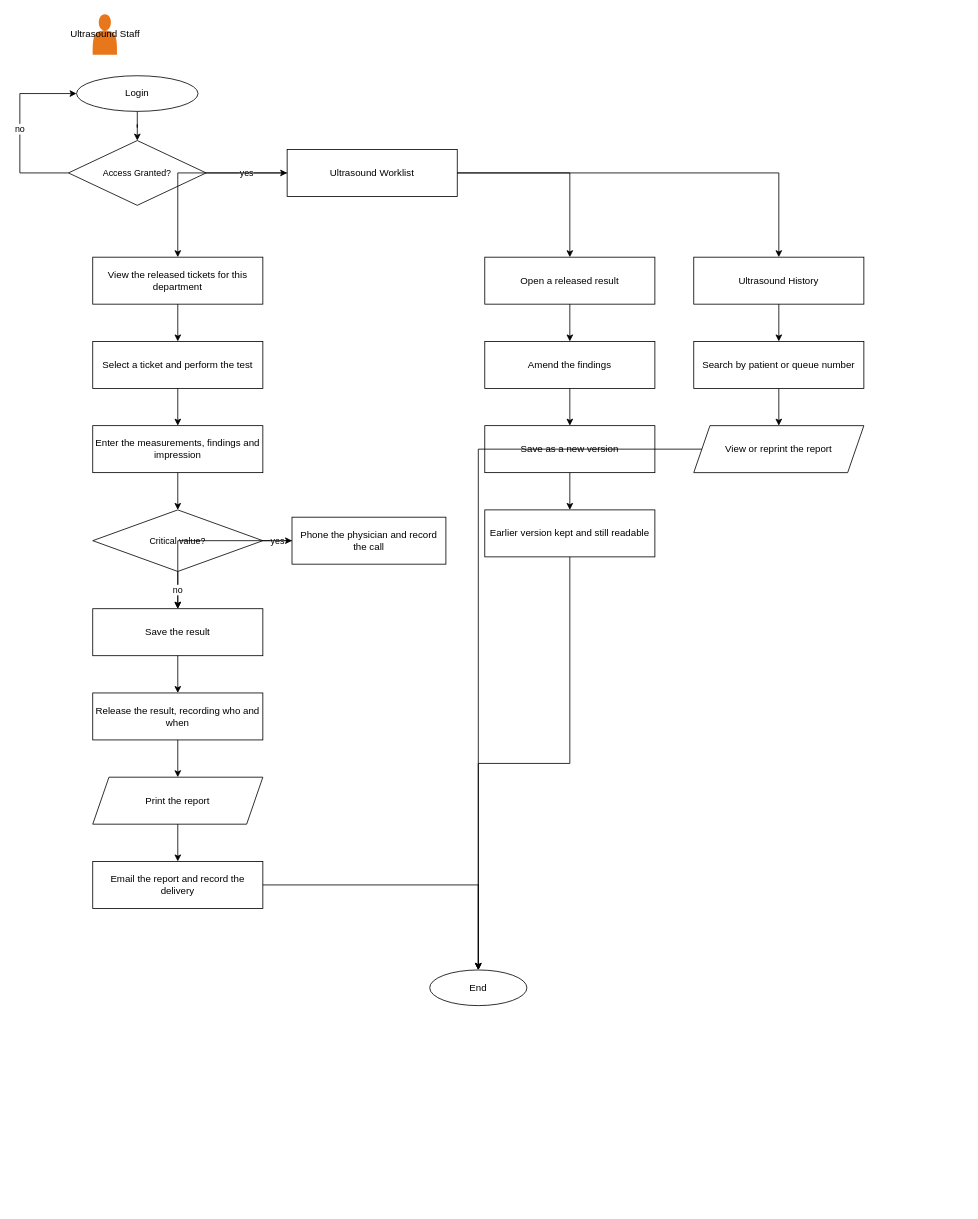
steven23lz/Enlogada-Clinic-Management-System keeps this draw.io diagram as page "Ultrasound" (6 of 8) of docs/diagrams/flowcharts.drawio. Above is the earlier version. Source tidied: cells renumbered, new cells numbered last; positions are measured from the earlier drawing's top-left corner, leaving out a move shared by most shapes. Both pictures are drawn from the tidied source at 81%, with x=0, y=0 at pixel (19, 14).
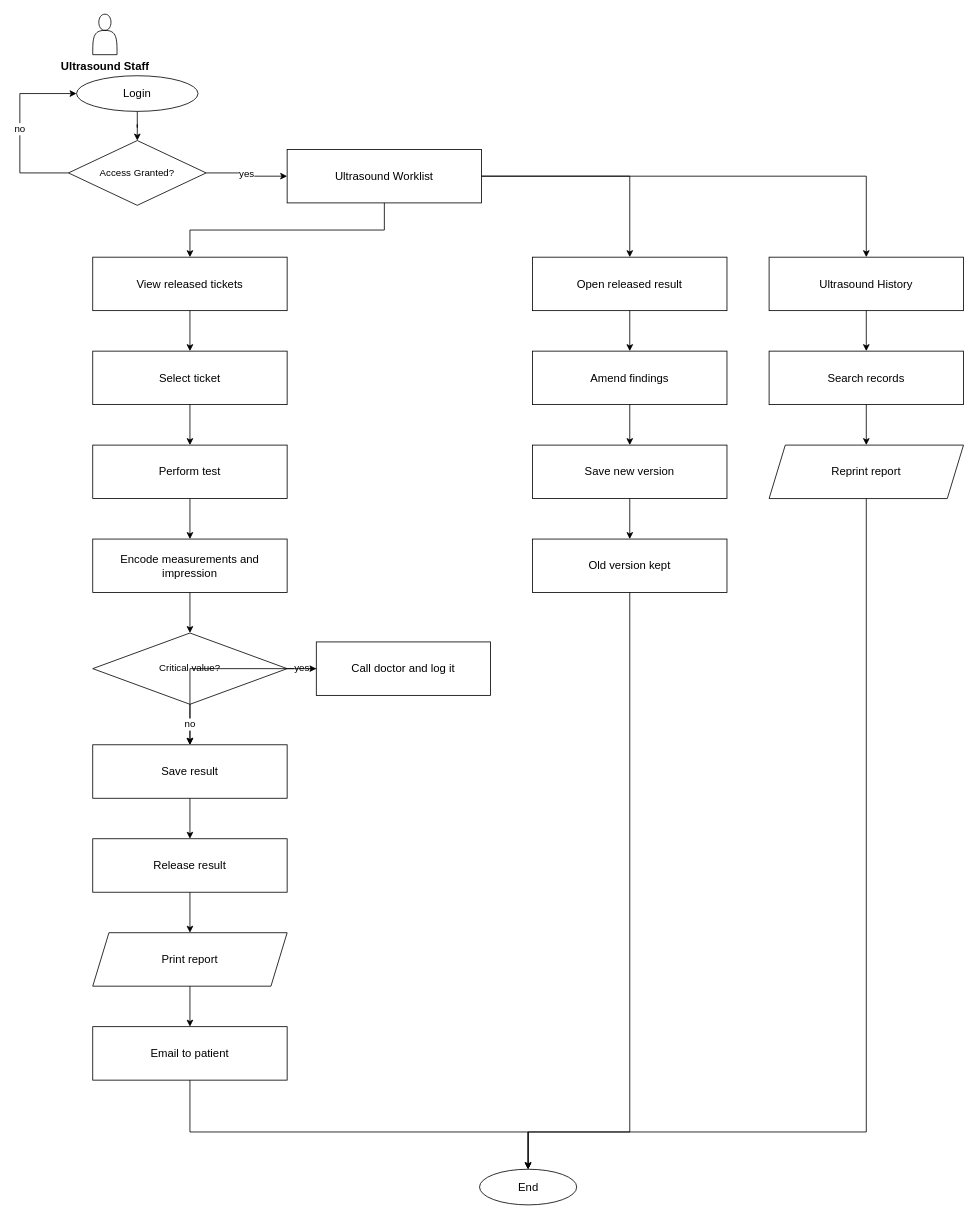
After the change.

Change to the diagram source:
```diff
@@
-    <mxCell id="2" value="Ultrasound Staff" style="shape=actor;fillColor=#E8761A;strokeColor=none;html=1;" parent="1" vertex="1">
+    <mxCell id="2" value="Ultrasound Staff" style="shape=actor;fillColor=none;strokeColor=#000000;html=1;verticalLabelPosition=bottom;verticalAlign=top;fontFamily=Helvetica;fontSize=14;fontColor=#000000;fontStyle=1;" parent="1" vertex="1">
       <mxGeometry x="90" width="30" height="50" as="geometry" />
     </mxCell>
-    <mxCell id="3" value="Login" style="ellipse;whiteSpace=wrap;html=1;fontFamily=Helvetica;fontSize=12;" parent="1" vertex="1">
+    <mxCell id="3" value="Login" style="ellipse;whiteSpace=wrap;html=1;fontFamily=Helvetica;fontSize=14;fontColor=#000000;strokeColor=#000000;" parent="1" vertex="1">
       <mxGeometry x="70" y="76" width="150" height="44" as="geometry" />
     </mxCell>
-    <mxCell id="4" value="Access Granted?" style="rhombus;whiteSpace=wrap;html=1;fontFamily=Helvetica;fontSize=11;" parent="1" vertex="1">
+    <mxCell id="4" value="Access Granted?" style="rhombus;whiteSpace=wrap;html=1;fontFamily=Helvetica;fontSize=12;fontColor=#000000;strokeColor=#000000;" parent="1" vertex="1">
       <mxGeometry x="60" y="156" width="170" height="80" as="geometry" />
     </mxCell>
-    <mxCell id="5" value="Ultrasound Worklist" style="rounded=0;whiteSpace=wrap;html=1;fontFamily=Helvetica;fontSize=12;" parent="1" vertex="1">
-      <mxGeometry x="330" y="167" width="210" height="58" as="geometry" />
+    <mxCell id="5" value="Ultrasound Worklist" style="rounded=0;whiteSpace=wrap;html=1;fontFamily=Helvetica;fontSize=14;fontColor=#000000;strokeColor=#000000;" parent="1" vertex="1">
+      <mxGeometry x="330" y="167" width="240" height="66" as="geometry" />
     </mxCell>
-    <mxCell id="6" style="edgeStyle=orthogonalEdgeStyle;rounded=0;html=1;jettySize=auto;fontFamily=Helvetica;fontSize=11;" parent="1" edge="1" source="3" target="4">
+    <mxCell id="6" style="edgeStyle=orthogonalEdgeStyle;rounded=0;html=1;jettySize=auto;fontFamily=Helvetica;fontSize=12;fontColor=#000000;strokeColor=#000000;" parent="1" edge="1" source="3" target="4">
       <mxGeometry relative="1" as="geometry" />
     </mxCell>
-    <mxCell id="7" value="yes" style="edgeStyle=orthogonalEdgeStyle;rounded=0;html=1;jettySize=auto;fontFamily=Helvetica;fontSize=11;" parent="1" edge="1" source="4" target="5">
+    <mxCell id="7" value="yes" style="edgeStyle=orthogonalEdgeStyle;rounded=0;html=1;jettySize=auto;fontFamily=Helvetica;fontSize=12;fontColor=#000000;strokeColor=#000000;" parent="1" edge="1" source="4" target="5">
       <mxGeometry relative="1" as="geometry" />
     </mxCell>
-    <mxCell id="8" value="no" style="edgeStyle=orthogonalEdgeStyle;rounded=0;html=1;jettySize=auto;fontFamily=Helvetica;fontSize=11;" parent="1" edge="1" source="4" target="3">
+    <mxCell id="8" value="no" style="edgeStyle=orthogonalEdgeStyle;rounded=0;html=1;jettySize=auto;fontFamily=Helvetica;fontSize=12;fontColor=#000000;strokeColor=#000000;" parent="1" edge="1" source="4" target="3">
       <mxGeometry relative="1" as="geometry">
         <Array as="points">
           <mxPoint y="196" />
           <mxPoint y="98" />
         </Array>
       </mxGeometry>
     </mxCell>
-    <mxCell id="9" value="View the released tickets for this department" style="rounded=0;whiteSpace=wrap;html=1;fontFamily=Helvetica;fontSize=12;" parent="1" vertex="1">
-      <mxGeometry x="90" y="300" width="210" height="58" as="geometry" />
+    <mxCell id="9" value="View released tickets" style="rounded=0;whiteSpace=wrap;html=1;fontFamily=Helvetica;fontSize=14;fontColor=#000000;strokeColor=#000000;" parent="1" vertex="1">
+      <mxGeometry x="90" y="300" width="240" height="66" as="geometry" />
     </mxCell>
-    <mxCell id="10" value="Select a ticket and perform the test" style="rounded=0;whiteSpace=wrap;html=1;fontFamily=Helvetica;fontSize=12;" parent="1" vertex="1">
-      <mxGeometry x="90" y="404" width="210" height="58" as="geometry" />
+    <mxCell id="10" value="Select ticket" style="rounded=0;whiteSpace=wrap;html=1;fontFamily=Helvetica;fontSize=14;fontColor=#000000;strokeColor=#000000;" parent="1" vertex="1">
+      <mxGeometry x="90" y="416" width="240" height="66" as="geometry" />
     </mxCell>
-    <mxCell id="11" value="Enter the measurements, findings and impression" style="rounded=0;whiteSpace=wrap;html=1;fontFamily=Helvetica;fontSize=12;" parent="1" vertex="1">
-      <mxGeometry x="90" y="508" width="210" height="58" as="geometry" />
+    <mxCell id="11" value="Perform test" style="rounded=0;whiteSpace=wrap;html=1;fontFamily=Helvetica;fontSize=14;fontColor=#000000;strokeColor=#000000;" parent="1" vertex="1">
+      <mxGeometry x="90" y="532" width="240" height="66" as="geometry" />
     </mxCell>
-    <mxCell id="12" value="Critical value?" style="rhombus;whiteSpace=wrap;html=1;fontFamily=Helvetica;fontSize=11;" parent="1" vertex="1">
-      <mxGeometry x="90" y="612" width="210" height="76" as="geometry" />
+    <mxCell id="12" value="Encode measurements and impression" style="rounded=0;whiteSpace=wrap;html=1;fontFamily=Helvetica;fontSize=14;fontColor=#000000;strokeColor=#000000;" parent="1" vertex="1">
+      <mxGeometry x="90" y="648" width="240" height="66" as="geometry" />
     </mxCell>
-    <mxCell id="13" value="Save the result" style="rounded=0;whiteSpace=wrap;html=1;fontFamily=Helvetica;fontSize=12;" parent="1" vertex="1">
-      <mxGeometry x="90" y="734" width="210" height="58" as="geometry" />
+    <mxCell id="13" value="Critical value?" style="rhombus;whiteSpace=wrap;html=1;fontFamily=Helvetica;fontSize=12;fontColor=#000000;strokeColor=#000000;" parent="1" vertex="1">
+      <mxGeometry x="90" y="764" width="240" height="88" as="geometry" />
     </mxCell>
-    <mxCell id="14" value="Release the result, recording who and when" style="rounded=0;whiteSpace=wrap;html=1;fontFamily=Helvetica;fontSize=12;" parent="1" vertex="1">
-      <mxGeometry x="90" y="838" width="210" height="58" as="geometry" />
+    <mxCell id="14" value="Save result" style="rounded=0;whiteSpace=wrap;html=1;fontFamily=Helvetica;fontSize=14;fontColor=#000000;strokeColor=#000000;" parent="1" vertex="1">
+      <mxGeometry x="90" y="902" width="240" height="66" as="geometry" />
     </mxCell>
-    <mxCell id="15" value="Print the report" style="shape=parallelogram;perimeter=parallelogramPerimeter;whiteSpace=wrap;html=1;fixedSize=1;fontFamily=Helvetica;fontSize=12;" parent="1" vertex="1">
-      <mxGeometry x="90" y="942" width="210" height="58" as="geometry" />
+    <mxCell id="15" value="Release result" style="rounded=0;whiteSpace=wrap;html=1;fontFamily=Helvetica;fontSize=14;fontColor=#000000;strokeColor=#000000;" parent="1" vertex="1">
+      <mxGeometry x="90" y="1018" width="240" height="66" as="geometry" />
     </mxCell>
-    <mxCell id="16" value="Email the report and record the delivery" style="rounded=0;whiteSpace=wrap;html=1;fontFamily=Helvetica;fontSize=12;" parent="1" vertex="1">
-      <mxGeometry x="90" y="1046" width="210" height="58" as="geometry" />
+    <mxCell id="16" value="Print report" style="shape=parallelogram;perimeter=parallelogramPerimeter;whiteSpace=wrap;html=1;fixedSize=1;fontFamily=Helvetica;fontSize=14;fontColor=#000000;strokeColor=#000000;" parent="1" vertex="1">
+      <mxGeometry x="90" y="1134" width="240" height="66" as="geometry" />
     </mxCell>
-    <mxCell id="17" style="edgeStyle=orthogonalEdgeStyle;rounded=0;html=1;jettySize=auto;fontFamily=Helvetica;fontSize=11;" parent="1" edge="1" source="5" target="9">
-      <mxGeometry relative="1" as="geometry" />
-    </mxCell>
+    <mxCell id="46" value="Email to patient" style="rounded=0;whiteSpace=wrap;html=1;fontFamily=Helvetica;fontSize=14;fontColor=#000000;strokeColor=#000000;" parent="1" vertex="1">
+      <mxGeometry x="90" y="1250" width="240" height="66" as="geometry" />
+    </mxCell>
-    <mxCell id="18" style="edgeStyle=orthogonalEdgeStyle;rounded=0;html=1;jettySize=auto;fontFamily=Helvetica;fontSize=11;" parent="1" edge="1" source="9" target="10">
+    <mxCell id="18" style="edgeStyle=orthogonalEdgeStyle;rounded=0;html=1;jettySize=auto;fontFamily=Helvetica;fontSize=12;fontColor=#000000;strokeColor=#000000;" parent="1" edge="1" source="5" target="9">
       <mxGeometry relative="1" as="geometry" />
     </mxCell>
-    <mxCell id="19" style="edgeStyle=orthogonalEdgeStyle;rounded=0;html=1;jettySize=auto;fontFamily=Helvetica;fontSize=11;" parent="1" edge="1" source="10" target="11">
+    <mxCell id="19" style="edgeStyle=orthogonalEdgeStyle;rounded=0;html=1;jettySize=auto;fontFamily=Helvetica;fontSize=12;fontColor=#000000;strokeColor=#000000;" parent="1" edge="1" source="9" target="10">
       <mxGeometry relative="1" as="geometry" />
     </mxCell>
-    <mxCell id="20" style="edgeStyle=orthogonalEdgeStyle;rounded=0;html=1;jettySize=auto;fontFamily=Helvetica;fontSize=11;" parent="1" edge="1" source="11" target="12">
+    <mxCell id="20" style="edgeStyle=orthogonalEdgeStyle;rounded=0;html=1;jettySize=auto;fontFamily=Helvetica;fontSize=12;fontColor=#000000;strokeColor=#000000;" parent="1" edge="1" source="10" target="11">
       <mxGeometry relative="1" as="geometry" />
     </mxCell>
-    <mxCell id="21" value="Phone the physician and record the call" style="rounded=0;whiteSpace=wrap;html=1;fontFamily=Helvetica;fontSize=12;" parent="1" vertex="1">
-      <mxGeometry x="336" y="621" width="190" height="58" as="geometry" />
-    </mxCell>
+    <mxCell id="47" style="edgeStyle=orthogonalEdgeStyle;rounded=0;html=1;jettySize=auto;fontFamily=Helvetica;fontSize=12;fontColor=#000000;strokeColor=#000000;" parent="1" edge="1" source="11" target="12">
+      <mxGeometry relative="1" as="geometry" />
+    </mxCell>
-    <mxCell id="22" value="yes" style="edgeStyle=orthogonalEdgeStyle;rounded=0;html=1;jettySize=auto;fontFamily=Helvetica;fontSize=11;" parent="1" edge="1" source="12" target="21">
+    <mxCell id="22" style="edgeStyle=orthogonalEdgeStyle;rounded=0;html=1;jettySize=auto;fontFamily=Helvetica;fontSize=12;fontColor=#000000;strokeColor=#000000;" parent="1" edge="1" source="12" target="13">
       <mxGeometry relative="1" as="geometry" />
     </mxCell>
-    <mxCell id="23" style="edgeStyle=orthogonalEdgeStyle;rounded=0;html=1;jettySize=auto;fontFamily=Helvetica;fontSize=11;" parent="1" edge="1" source="21" target="13">
-      <mxGeometry relative="1" as="geometry" />
-    </mxCell>
+    <mxCell id="48" value="Call doctor and log it" style="rounded=0;whiteSpace=wrap;html=1;fontFamily=Helvetica;fontSize=14;fontColor=#000000;strokeColor=#000000;" parent="1" vertex="1">
+      <mxGeometry x="366" y="775" width="215" height="66" as="geometry" />
+    </mxCell>
-    <mxCell id="24" value="no" style="edgeStyle=orthogonalEdgeStyle;rounded=0;html=1;jettySize=auto;fontFamily=Helvetica;fontSize=11;" parent="1" edge="1" source="12" target="13">
+    <mxCell id="24" value="yes" style="edgeStyle=orthogonalEdgeStyle;rounded=0;html=1;jettySize=auto;fontFamily=Helvetica;fontSize=12;fontColor=#000000;strokeColor=#000000;" parent="1" edge="1" source="13" target="48">
       <mxGeometry relative="1" as="geometry" />
     </mxCell>
-    <mxCell id="25" style="edgeStyle=orthogonalEdgeStyle;rounded=0;html=1;jettySize=auto;fontFamily=Helvetica;fontSize=11;" parent="1" edge="1" source="13" target="14">
+    <mxCell id="25" style="edgeStyle=orthogonalEdgeStyle;rounded=0;html=1;jettySize=auto;fontFamily=Helvetica;fontSize=12;fontColor=#000000;strokeColor=#000000;" parent="1" edge="1" source="48" target="14">
       <mxGeometry relative="1" as="geometry" />
     </mxCell>
-    <mxCell id="26" style="edgeStyle=orthogonalEdgeStyle;rounded=0;html=1;jettySize=auto;fontFamily=Helvetica;fontSize=11;" parent="1" edge="1" source="14" target="15">
+    <mxCell id="26" value="no" style="edgeStyle=orthogonalEdgeStyle;rounded=0;html=1;jettySize=auto;fontFamily=Helvetica;fontSize=12;fontColor=#000000;strokeColor=#000000;" parent="1" edge="1" source="13" target="14">
       <mxGeometry relative="1" as="geometry" />
     </mxCell>
-    <mxCell id="27" style="edgeStyle=orthogonalEdgeStyle;rounded=0;html=1;jettySize=auto;fontFamily=Helvetica;fontSize=11;" parent="1" edge="1" source="15" target="16">
+    <mxCell id="27" style="edgeStyle=orthogonalEdgeStyle;rounded=0;html=1;jettySize=auto;fontFamily=Helvetica;fontSize=12;fontColor=#000000;strokeColor=#000000;" parent="1" edge="1" source="14" target="15">
       <mxGeometry relative="1" as="geometry" />
     </mxCell>
-    <mxCell id="28" value="Open a released result" style="rounded=0;whiteSpace=wrap;html=1;fontFamily=Helvetica;fontSize=12;" parent="1" vertex="1">
-      <mxGeometry x="574" y="300" width="210" height="58" as="geometry" />
-    </mxCell>
-    <mxCell id="29" value="Amend the findings" style="rounded=0;whiteSpace=wrap;html=1;fontFamily=Helvetica;fontSize=12;" parent="1" vertex="1">
-      <mxGeometry x="574" y="404" width="210" height="58" as="geometry" />
-    </mxCell>
+    <mxCell id="49" style="edgeStyle=orthogonalEdgeStyle;rounded=0;html=1;jettySize=auto;fontFamily=Helvetica;fontSize=12;fontColor=#000000;strokeColor=#000000;" parent="1" edge="1" source="15" target="16">
+      <mxGeometry relative="1" as="geometry" />
+    </mxCell>
+    <mxCell id="50" style="edgeStyle=orthogonalEdgeStyle;rounded=0;html=1;jettySize=auto;fontFamily=Helvetica;fontSize=12;fontColor=#000000;strokeColor=#000000;" parent="1" edge="1" source="16" target="46">
+      <mxGeometry relative="1" as="geometry" />
+    </mxCell>
-    <mxCell id="30" value="Save as a new version" style="rounded=0;whiteSpace=wrap;html=1;fontFamily=Helvetica;fontSize=12;" parent="1" vertex="1">
-      <mxGeometry x="574" y="508" width="210" height="58" as="geometry" />
+    <mxCell id="30" value="Open released result" style="rounded=0;whiteSpace=wrap;html=1;fontFamily=Helvetica;fontSize=14;fontColor=#000000;strokeColor=#000000;" parent="1" vertex="1">
+      <mxGeometry x="633" y="300" width="240" height="66" as="geometry" />
     </mxCell>
-    <mxCell id="31" value="Earlier version kept and still readable" style="rounded=0;whiteSpace=wrap;html=1;fontFamily=Helvetica;fontSize=12;" parent="1" vertex="1">
-      <mxGeometry x="574" y="612" width="210" height="58" as="geometry" />
+    <mxCell id="31" value="Amend findings" style="rounded=0;whiteSpace=wrap;html=1;fontFamily=Helvetica;fontSize=14;fontColor=#000000;strokeColor=#000000;" parent="1" vertex="1">
+      <mxGeometry x="633" y="416" width="240" height="66" as="geometry" />
     </mxCell>
-    <mxCell id="32" style="edgeStyle=orthogonalEdgeStyle;rounded=0;html=1;jettySize=auto;fontFamily=Helvetica;fontSize=11;" parent="1" edge="1" source="5" target="28">
-      <mxGeometry relative="1" as="geometry" />
-    </mxCell>
-    <mxCell id="33" style="edgeStyle=orthogonalEdgeStyle;rounded=0;html=1;jettySize=auto;fontFamily=Helvetica;fontSize=11;" parent="1" edge="1" source="28" target="29">
-      <mxGeometry relative="1" as="geometry" />
-    </mxCell>
+    <mxCell id="51" value="Save new version" style="rounded=0;whiteSpace=wrap;html=1;fontFamily=Helvetica;fontSize=14;fontColor=#000000;strokeColor=#000000;" parent="1" vertex="1">
+      <mxGeometry x="633" y="532" width="240" height="66" as="geometry" />
+    </mxCell>
+    <mxCell id="52" value="Old version kept" style="rounded=0;whiteSpace=wrap;html=1;fontFamily=Helvetica;fontSize=14;fontColor=#000000;strokeColor=#000000;" parent="1" vertex="1">
+      <mxGeometry x="633" y="648" width="240" height="66" as="geometry" />
+    </mxCell>
-    <mxCell id="34" style="edgeStyle=orthogonalEdgeStyle;rounded=0;html=1;jettySize=auto;fontFamily=Helvetica;fontSize=11;" parent="1" edge="1" source="29" target="30">
+    <mxCell id="34" style="edgeStyle=orthogonalEdgeStyle;rounded=0;html=1;jettySize=auto;fontFamily=Helvetica;fontSize=12;fontColor=#000000;strokeColor=#000000;" parent="1" edge="1" source="5" target="30">
       <mxGeometry relative="1" as="geometry" />
     </mxCell>
-    <mxCell id="35" style="edgeStyle=orthogonalEdgeStyle;rounded=0;html=1;jettySize=auto;fontFamily=Helvetica;fontSize=11;" parent="1" edge="1" source="30" target="31">
+    <mxCell id="35" style="edgeStyle=orthogonalEdgeStyle;rounded=0;html=1;jettySize=auto;fontFamily=Helvetica;fontSize=12;fontColor=#000000;strokeColor=#000000;" parent="1" edge="1" source="30" target="31">
       <mxGeometry relative="1" as="geometry" />
     </mxCell>
-    <mxCell id="36" value="Ultrasound History" style="rounded=0;whiteSpace=wrap;html=1;fontFamily=Helvetica;fontSize=12;" parent="1" vertex="1">
-      <mxGeometry x="832" y="300" width="210" height="58" as="geometry" />
-    </mxCell>
-    <mxCell id="37" value="Search by patient or queue number" style="rounded=0;whiteSpace=wrap;html=1;fontFamily=Helvetica;fontSize=12;" parent="1" vertex="1">
-      <mxGeometry x="832" y="404" width="210" height="58" as="geometry" />
-    </mxCell>
+    <mxCell id="53" style="edgeStyle=orthogonalEdgeStyle;rounded=0;html=1;jettySize=auto;fontFamily=Helvetica;fontSize=12;fontColor=#000000;strokeColor=#000000;" parent="1" edge="1" source="31" target="51">
+      <mxGeometry relative="1" as="geometry" />
+    </mxCell>
+    <mxCell id="54" style="edgeStyle=orthogonalEdgeStyle;rounded=0;html=1;jettySize=auto;fontFamily=Helvetica;fontSize=12;fontColor=#000000;strokeColor=#000000;" parent="1" edge="1" source="51" target="52">
+      <mxGeometry relative="1" as="geometry" />
+    </mxCell>
-    <mxCell id="38" value="View or reprint the report" style="shape=parallelogram;perimeter=parallelogramPerimeter;whiteSpace=wrap;html=1;fixedSize=1;fontFamily=Helvetica;fontSize=12;" parent="1" vertex="1">
-      <mxGeometry x="832" y="508" width="210" height="58" as="geometry" />
+    <mxCell id="38" value="Ultrasound History" style="rounded=0;whiteSpace=wrap;html=1;fontFamily=Helvetica;fontSize=14;fontColor=#000000;strokeColor=#000000;" parent="1" vertex="1">
+      <mxGeometry x="925" y="300" width="240" height="66" as="geometry" />
     </mxCell>
-    <mxCell id="39" style="edgeStyle=orthogonalEdgeStyle;rounded=0;html=1;jettySize=auto;fontFamily=Helvetica;fontSize=11;" parent="1" edge="1" source="5" target="36">
-      <mxGeometry relative="1" as="geometry" />
-    </mxCell>
-    <mxCell id="40" style="edgeStyle=orthogonalEdgeStyle;rounded=0;html=1;jettySize=auto;fontFamily=Helvetica;fontSize=11;" parent="1" edge="1" source="36" target="37">
-      <mxGeometry relative="1" as="geometry" />
-    </mxCell>
+    <mxCell id="55" value="Search records" style="rounded=0;whiteSpace=wrap;html=1;fontFamily=Helvetica;fontSize=14;fontColor=#000000;strokeColor=#000000;" parent="1" vertex="1">
+      <mxGeometry x="925" y="416" width="240" height="66" as="geometry" />
+    </mxCell>
+    <mxCell id="56" value="Reprint report" style="shape=parallelogram;perimeter=parallelogramPerimeter;whiteSpace=wrap;html=1;fixedSize=1;fontFamily=Helvetica;fontSize=14;fontColor=#000000;strokeColor=#000000;" parent="1" vertex="1">
+      <mxGeometry x="925" y="532" width="240" height="66" as="geometry" />
+    </mxCell>
-    <mxCell id="41" style="edgeStyle=orthogonalEdgeStyle;rounded=0;html=1;jettySize=auto;fontFamily=Helvetica;fontSize=11;" parent="1" edge="1" source="37" target="38">
+    <mxCell id="41" style="edgeStyle=orthogonalEdgeStyle;rounded=0;html=1;jettySize=auto;fontFamily=Helvetica;fontSize=12;fontColor=#000000;strokeColor=#000000;" parent="1" edge="1" source="5" target="38">
       <mxGeometry relative="1" as="geometry" />
     </mxCell>
+    <mxCell id="57" style="edgeStyle=orthogonalEdgeStyle;rounded=0;html=1;jettySize=auto;fontFamily=Helvetica;fontSize=12;fontColor=#000000;strokeColor=#000000;" parent="1" edge="1" source="38" target="55">
+      <mxGeometry relative="1" as="geometry" />
+    </mxCell>
+    <mxCell id="43" style="edgeStyle=orthogonalEdgeStyle;rounded=0;html=1;jettySize=auto;fontFamily=Helvetica;fontSize=12;fontColor=#000000;strokeColor=#000000;" parent="1" edge="1" source="55" target="56">
+      <mxGeometry relative="1" as="geometry" />
+    </mxCell>
-    <mxCell id="42" value="End" style="ellipse;whiteSpace=wrap;html=1;fontFamily=Helvetica;fontSize=12;" parent="1" vertex="1">
-      <mxGeometry x="506" y="1180" width="120" height="44" as="geometry" />
+    <mxCell id="42" value="End" style="ellipse;whiteSpace=wrap;html=1;fontFamily=Helvetica;fontSize=14;fontColor=#000000;strokeColor=#000000;" parent="1" vertex="1">
+      <mxGeometry x="567.5" y="1426" width="120" height="44" as="geometry" />
     </mxCell>
-    <mxCell id="43" style="edgeStyle=orthogonalEdgeStyle;rounded=0;html=1;jettySize=auto;fontFamily=Helvetica;fontSize=11;" parent="1" edge="1" source="16" target="42">
-      <mxGeometry relative="1" as="geometry" />
-    </mxCell>
-    <mxCell id="44" style="edgeStyle=orthogonalEdgeStyle;rounded=0;html=1;jettySize=auto;fontFamily=Helvetica;fontSize=11;" parent="1" edge="1" source="31" target="42">
-      <mxGeometry relative="1" as="geometry" />
-    </mxCell>
-    <mxCell id="45" style="edgeStyle=orthogonalEdgeStyle;rounded=0;html=1;jettySize=auto;fontFamily=Helvetica;fontSize=11;" parent="1" edge="1" source="38" target="42">
-      <mxGeometry relative="1" as="geometry" />
+    <mxCell id="45" style="edgeStyle=orthogonalEdgeStyle;rounded=0;html=1;jettySize=auto;fontFamily=Helvetica;fontSize=12;fontColor=#000000;strokeColor=#000000;exitX=0.5;exitY=1;exitDx=0;exitDy=0;" parent="1" edge="1" source="46" target="42">
+      <mxGeometry relative="1" as="geometry">
+        <Array as="points">
+          <mxPoint x="210" y="1380" />
+        </Array>
+      </mxGeometry>
     </mxCell>
+    <mxCell id="58" style="edgeStyle=orthogonalEdgeStyle;rounded=0;html=1;jettySize=auto;fontFamily=Helvetica;fontSize=12;fontColor=#000000;strokeColor=#000000;exitX=0.5;exitY=1;exitDx=0;exitDy=0;" parent="1" edge="1" source="52" target="42">
+      <mxGeometry relative="1" as="geometry">
+        <Array as="points">
+          <mxPoint x="753" y="1380" />
+        </Array>
+      </mxGeometry>
+    </mxCell>
+    <mxCell id="59" style="edgeStyle=orthogonalEdgeStyle;rounded=0;html=1;jettySize=auto;fontFamily=Helvetica;fontSize=12;fontColor=#000000;strokeColor=#000000;exitX=0.5;exitY=1;exitDx=0;exitDy=0;" parent="1" edge="1" source="56" target="42">
+      <mxGeometry relative="1" as="geometry">
+        <Array as="points">
+          <mxPoint x="1045" y="1380" />
+        </Array>
+      </mxGeometry>
+    </mxCell>
```
